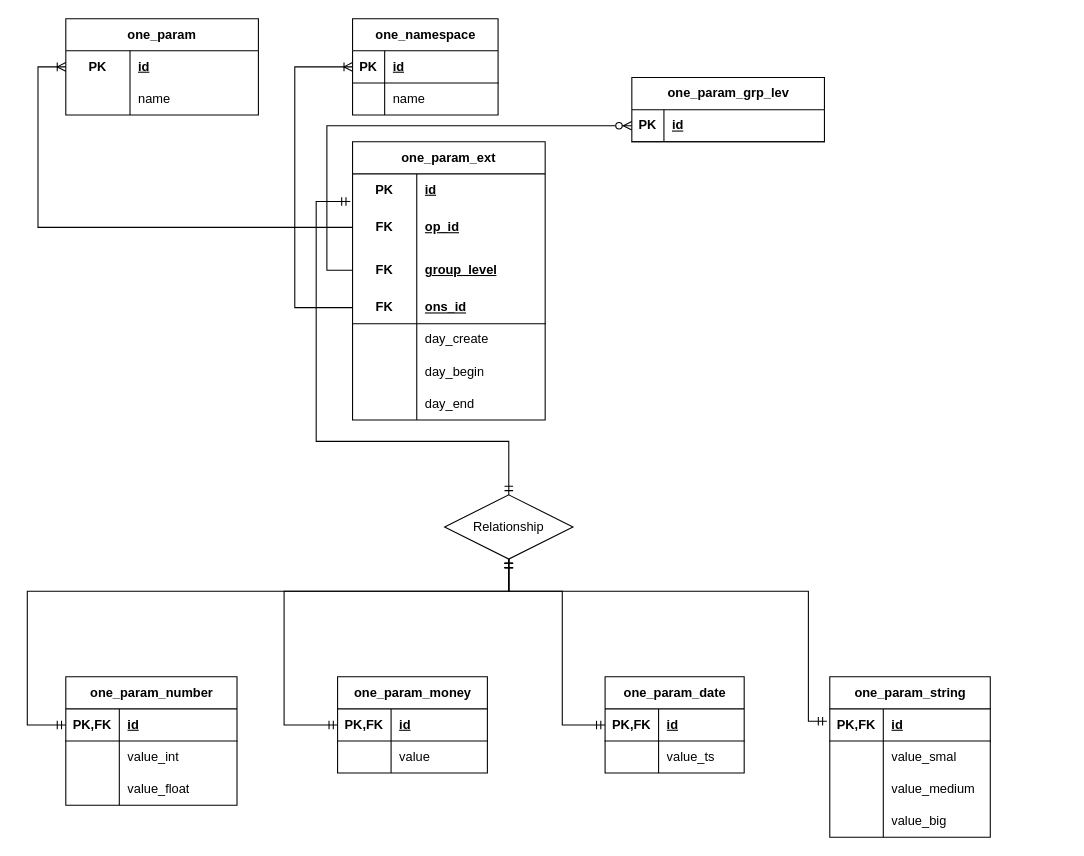
Earlier version of the draw.io diagram pgone/shema_data_params.drawio (olegisabekov/postgresql). Source tidied: cells renumbered, new cells numbered last; positions are measured from the earlier drawing's top-left corner, leaving out a move shared by most shapes. Both pictures are drawn from the tidied source at 107%, with x=0, y=0 at pixel (27, 18).
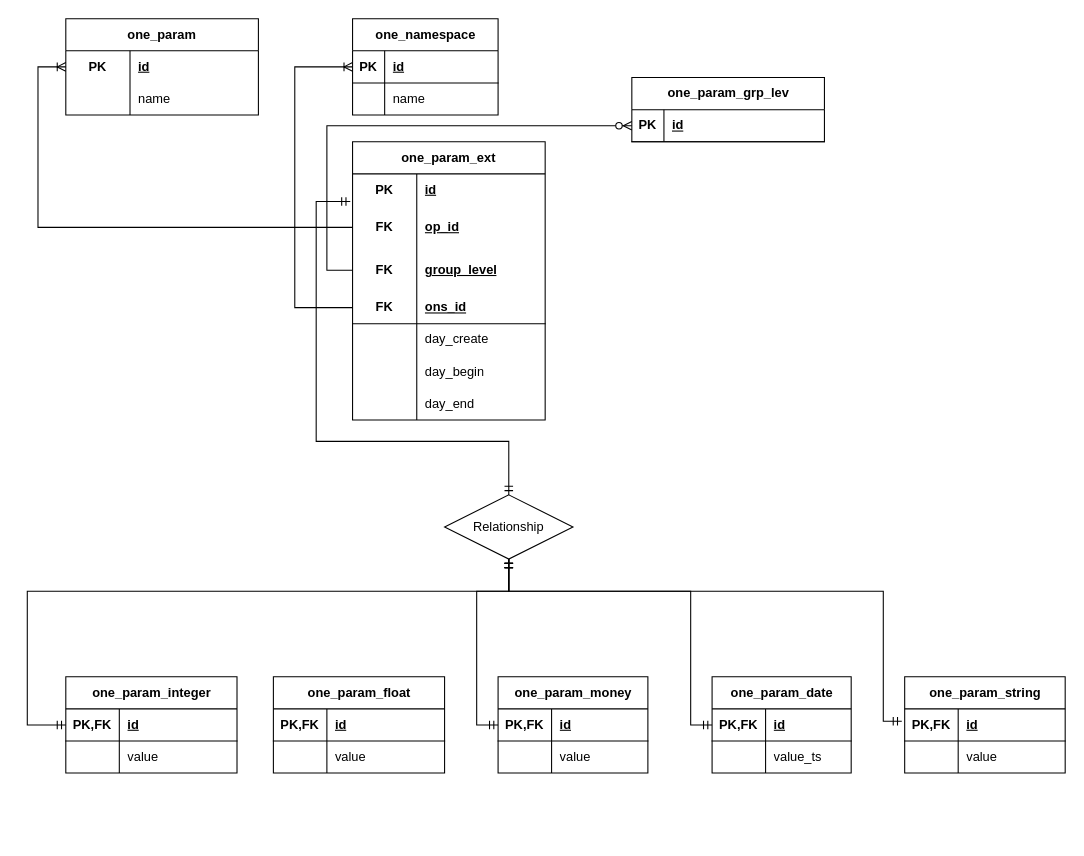
The same page after the edit.

The change refers to these unchanged cells:
```xml
<mxCell id="39" style="shape=tableRow;horizontal=0;startSize=0;swimlaneHead=0;swimlaneBody=0;fillColor=none;top=0;left=0;right=0;bottom=0;" parent="35" vertex="1">
  <mxGeometry y="60" width="160" height="30" as="geometry" />
</mxCell>
<mxCell id="46" style="shape=tableRow;horizontal=0;startSize=0;swimlaneHead=0;swimlaneBody=0;fillColor=none;points=[[0,0.5],[1,0.5]];portConstraint=eastwest;top=0;left=0;right=0;bottom=1;" parent="45" vertex="1">
  <mxGeometry y="30" width="140" height="30" as="geometry" />
</mxCell>
<mxCell id="53" style="shape=tableRow;horizontal=0;startSize=0;swimlaneHead=0;swimlaneBody=0;fillColor=none;points=[[0,0.5],[1,0.5]];portConstraint=eastwest;top=0;left=0;right=0;bottom=1;" parent="52" vertex="1">
  <mxGeometry y="30" width="130" height="30" as="geometry" />
</mxCell>
<mxCell id="60" value="Relationship" style="shape=rhombus;perimeter=rhombusPerimeter;whiteSpace=wrap;html=1;align=center;" parent="1" vertex="1">
  <mxGeometry x="390" y="445" width="120" height="60" as="geometry" />
</mxCell>
<mxCell id="65" style="shape=tableRow;horizontal=0;startSize=0;swimlaneHead=0;swimlaneBody=0;fillColor=none;points=[[0,0.5],[1,0.5]];portConstraint=eastwest;top=0;left=0;right=0;bottom=1;" parent="64" vertex="1">
  <mxGeometry y="30" width="150" height="30" as="geometry" />
</mxCell>
```

Change to the diagram source:
```diff
@@
-    <mxCell id="35" value="one_param_number" style="shape=table;startSize=30;childLayout=tableLayout;rowLines=0;fontStyle=1;align=center;html=1;" parent="1" vertex="1">
-      <mxGeometry x="36" y="615" width="160" height="120" as="geometry" />
+    <mxCell id="35" value="one_param_integer" style="shape=table;startSize=30;childLayout=tableLayout;rowLines=0;fontStyle=1;align=center;html=1;" parent="1" vertex="1">
+      <mxGeometry x="36" y="615" width="160" height="90" as="geometry" />
     </mxCell>
@@
-    <mxCell id="41" value="value_int" style="shape=partialRectangle;fillColor=none;top=0;left=0;bottom=0;right=0;align=left;spacingLeft=6;overflow=hidden;whiteSpace=wrap;html=1;" parent="39" vertex="1">
+    <mxCell id="41" value="value" style="shape=partialRectangle;fillColor=none;top=0;left=0;bottom=0;right=0;align=left;spacingLeft=6;overflow=hidden;whiteSpace=wrap;html=1;" parent="39" vertex="1">
       <mxGeometry x="50" width="110" height="30" as="geometry" />
     </mxCell>
-    <mxCell id="42" style="shape=tableRow;horizontal=0;startSize=0;swimlaneHead=0;swimlaneBody=0;fillColor=none;top=0;left=0;right=0;bottom=0;" parent="35" vertex="1">
-      <mxGeometry y="90" width="160" height="30" as="geometry" />
-    </mxCell>
-    <mxCell id="43" style="shape=partialRectangle;fillColor=none;top=0;left=0;bottom=0;right=0;overflow=hidden;whiteSpace=wrap;html=1;" parent="42" vertex="1">
-      <mxGeometry width="50" height="30" as="geometry" />
-    </mxCell>
-    <mxCell id="44" value="value_float" style="shape=partialRectangle;fillColor=none;top=0;left=0;bottom=0;right=0;align=left;spacingLeft=6;overflow=hidden;whiteSpace=wrap;html=1;" parent="42" vertex="1">
-      <mxGeometry x="50" width="110" height="30" as="geometry" />
-    </mxCell>
     <mxCell id="45" value="one_param_money" style="shape=table;startSize=30;childLayout=tableLayout;rowLines=0;fontStyle=1;align=center;html=1;" parent="1" vertex="1">
-      <mxGeometry x="290" y="615" width="140" height="90" as="geometry" />
+      <mxGeometry x="440" y="615" width="140" height="90" as="geometry" />
     </mxCell>
@@
     <mxCell id="52" value="one_param_date" style="shape=table;startSize=30;childLayout=tableLayout;rowLines=0;fontStyle=1;align=center;html=1;" parent="1" vertex="1">
-      <mxGeometry x="540" y="615" width="130" height="90" as="geometry" />
+      <mxGeometry x="640" y="615" width="130" height="90" as="geometry" />
     </mxCell>
@@
     <mxCell id="62" style="edgeStyle=orthogonalEdgeStyle;fontSize=12;html=1;endArrow=ERmandOne;startArrow=ERmandOne;rounded=0;exitX=0.5;exitY=1;exitDx=0;exitDy=0;entryX=0;entryY=0.5;entryDx=0;entryDy=0;" parent="1" edge="1" source="60" target="46">
       <mxGeometry relative="1" as="geometry">
         <Array as="points">
           <mxPoint x="450" y="535" />
-          <mxPoint x="240" y="535" />
-          <mxPoint x="240" y="660" />
+          <mxPoint x="420" y="535" />
+          <mxPoint x="420" y="660" />
         </Array>
       </mxGeometry>
     </mxCell>
     <mxCell id="63" style="edgeStyle=orthogonalEdgeStyle;fontSize=12;html=1;endArrow=ERmandOne;startArrow=ERmandOne;rounded=0;entryX=0.5;entryY=1;entryDx=0;entryDy=0;exitX=0;exitY=0.5;exitDx=0;exitDy=0;" parent="1" edge="1" source="53" target="60">
       <mxGeometry relative="1" as="geometry">
         <Array as="points">
-          <mxPoint x="500" y="660" />
-          <mxPoint x="500" y="535" />
+          <mxPoint x="620" y="660" />
+          <mxPoint x="620" y="535" />
           <mxPoint x="450" y="535" />
         </Array>
       </mxGeometry>
     </mxCell>
     <mxCell id="64" value="one_param_string" style="shape=table;startSize=30;childLayout=tableLayout;rowLines=0;fontStyle=1;align=center;html=1;" parent="1" vertex="1">
-      <mxGeometry x="750" y="615" width="150" height="150" as="geometry" />
+      <mxGeometry x="820" y="615" width="150" height="90" as="geometry" />
     </mxCell>
@@
-    <mxCell id="68" style="shape=tableRow;horizontal=0;startSize=0;swimlaneHead=0;swimlaneBody=0;fillColor=none;top=0;left=0;right=0;bottom=0;" parent="64" vertex="1">
-      <mxGeometry y="60" width="150" height="30" as="geometry" />
-    </mxCell>
-    <mxCell id="69" style="shape=partialRectangle;fillColor=none;top=0;left=0;bottom=0;right=0;overflow=hidden;whiteSpace=wrap;html=1;" parent="68" vertex="1">
-      <mxGeometry width="50" height="30" as="geometry" />
-    </mxCell>
-    <mxCell id="70" value="value_smal" style="shape=partialRectangle;fillColor=none;top=0;left=0;bottom=0;right=0;align=left;spacingLeft=6;overflow=hidden;whiteSpace=wrap;html=1;" parent="68" vertex="1">
-      <mxGeometry x="50" width="100" height="30" as="geometry" />
-    </mxCell>
-    <mxCell id="71" style="shape=tableRow;horizontal=0;startSize=0;swimlaneHead=0;swimlaneBody=0;fillColor=none;top=0;left=0;right=0;bottom=0;" parent="64" vertex="1">
-      <mxGeometry y="90" width="150" height="30" as="geometry" />
-    </mxCell>
-    <mxCell id="72" style="shape=partialRectangle;fillColor=none;top=0;left=0;bottom=0;right=0;overflow=hidden;whiteSpace=wrap;html=1;" parent="71" vertex="1">
-      <mxGeometry width="50" height="30" as="geometry" />
-    </mxCell>
-    <mxCell id="73" value="value_medium" style="shape=partialRectangle;fillColor=none;top=0;left=0;bottom=0;right=0;align=left;spacingLeft=6;overflow=hidden;whiteSpace=wrap;html=1;" parent="71" vertex="1">
-      <mxGeometry x="50" width="100" height="30" as="geometry" />
-    </mxCell>
     <mxCell id="74" style="shape=tableRow;horizontal=0;startSize=0;swimlaneHead=0;swimlaneBody=0;fillColor=none;top=0;left=0;right=0;bottom=0;" parent="64" vertex="1">
-      <mxGeometry y="120" width="150" height="30" as="geometry" />
+      <mxGeometry y="60" width="150" height="30" as="geometry" />
     </mxCell>
@@
-    <mxCell id="76" value="value_big" style="shape=partialRectangle;fillColor=none;top=0;left=0;bottom=0;right=0;align=left;spacingLeft=6;overflow=hidden;whiteSpace=wrap;html=1;" parent="74" vertex="1">
+    <mxCell id="76" value="value" style="shape=partialRectangle;fillColor=none;top=0;left=0;bottom=0;right=0;align=left;spacingLeft=6;overflow=hidden;whiteSpace=wrap;html=1;" parent="74" vertex="1">
       <mxGeometry x="50" width="100" height="30" as="geometry" />
     </mxCell>
     <mxCell id="77" style="edgeStyle=orthogonalEdgeStyle;fontSize=12;html=1;endArrow=ERmandOne;startArrow=ERmandOne;rounded=0;entryX=0.5;entryY=1;entryDx=0;entryDy=0;exitX=-0.018;exitY=0.388;exitDx=0;exitDy=0;exitPerimeter=0;" parent="1" edge="1" source="65" target="60">
       <mxGeometry relative="1" as="geometry">
         <Array as="points">
-          <mxPoint x="730" y="657" />
-          <mxPoint x="730" y="535" />
+          <mxPoint x="800" y="657" />
+          <mxPoint x="800" y="535" />
           <mxPoint x="450" y="535" />
         </Array>
       </mxGeometry>
     </mxCell>
@@
+    <mxCell id="88" value="one_param_float" style="shape=table;startSize=30;childLayout=tableLayout;rowLines=0;fontStyle=1;align=center;html=1;" parent="1" vertex="1">
+      <mxGeometry x="230" y="615" width="160" height="90" as="geometry" />
+    </mxCell>
+    <mxCell id="89" style="shape=tableRow;horizontal=0;startSize=0;swimlaneHead=0;swimlaneBody=0;fillColor=none;top=0;left=0;right=0;bottom=1;" parent="88" vertex="1">
+      <mxGeometry y="30" width="160" height="30" as="geometry" />
+    </mxCell>
+    <mxCell id="90" value="PK,FK" style="shape=partialRectangle;fillColor=none;top=0;left=0;bottom=0;right=0;fontStyle=1;overflow=hidden;whiteSpace=wrap;html=1;" parent="89" vertex="1">
+      <mxGeometry width="50" height="30" as="geometry" />
+    </mxCell>
+    <mxCell id="91" value="&lt;div&gt;id&lt;/div&gt;" style="shape=partialRectangle;fillColor=none;top=0;left=0;bottom=0;right=0;align=left;spacingLeft=6;fontStyle=5;overflow=hidden;whiteSpace=wrap;html=1;" parent="89" vertex="1">
+      <mxGeometry x="50" width="110" height="30" as="geometry" />
+    </mxCell>
+    <mxCell id="92" style="shape=tableRow;horizontal=0;startSize=0;swimlaneHead=0;swimlaneBody=0;fillColor=none;top=0;left=0;right=0;bottom=0;" parent="88" vertex="1">
+      <mxGeometry y="60" width="160" height="30" as="geometry" />
+    </mxCell>
+    <mxCell id="93" style="shape=partialRectangle;fillColor=none;top=0;left=0;bottom=0;right=0;overflow=hidden;whiteSpace=wrap;html=1;" parent="92" vertex="1">
+      <mxGeometry width="50" height="30" as="geometry" />
+    </mxCell>
+    <mxCell id="94" value="value" style="shape=partialRectangle;fillColor=none;top=0;left=0;bottom=0;right=0;align=left;spacingLeft=6;overflow=hidden;whiteSpace=wrap;html=1;" parent="92" vertex="1">
+      <mxGeometry x="50" width="110" height="30" as="geometry" />
+    </mxCell>
```
